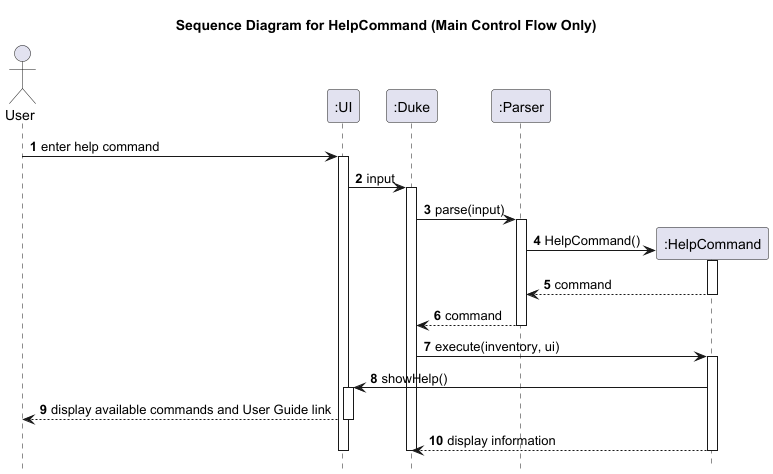
This is docs/diagrams/HelpCommandMainFlow-Sequence_Diagram_for_HelpCommand__Main_Control_Flow_Only_.png from yueyang1111/tp, a PlantUML export, as it was before one commit. Source of this version:
```plantuml
@startuml
title Sequence Diagram for HelpCommand (Main Control Flow Only)

autonumber
hide footbox

actor User
participant ":UI" as UI
participant ":Duke" as Duke
participant ":Parser" as Parser
participant ":HelpCommand" as HelpCommand

User -> UI: enter help command
activate UI
UI -> Duke: input
activate Duke
Duke -> Parser: parse(input)
activate Parser

create HelpCommand
Parser -> HelpCommand: HelpCommand()
activate HelpCommand
HelpCommand --> Parser: command
deactivate HelpCommand
Parser --> Duke: command
deactivate Parser

Duke -> HelpCommand: execute(inventory, ui)
activate HelpCommand
HelpCommand -> UI: showHelp()
activate UI
UI --> User: display available commands and User Guide link
deactivate UI

HelpCommand --> Duke: display information
deactivate HelpCommand
deactivate Duke
deactivate UI
@enduml
```
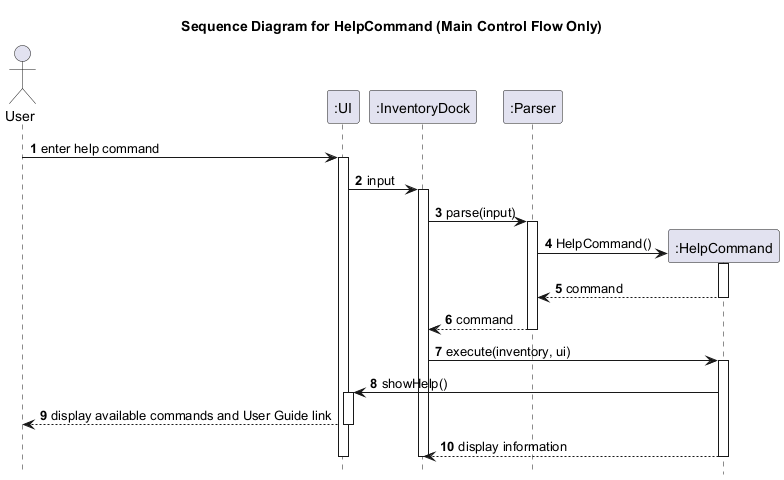
The same file after the commit.

Diff of the diagram source:
```diff
@@ -6,15 +6,15 @@
 
 actor User
 participant ":UI" as UI
-participant ":Duke" as Duke
+participant ":InventoryDock" as InventoryDock
 participant ":Parser" as Parser
 participant ":HelpCommand" as HelpCommand
 
 User -> UI: enter help command
 activate UI
-UI -> Duke: input
-activate Duke
-Duke -> Parser: parse(input)
+UI -> InventoryDock: input
+activate InventoryDock
+InventoryDock -> Parser: parse(input)
 activate Parser
 
 create HelpCommand
@@ -22,18 +22,18 @@
 activate HelpCommand
 HelpCommand --> Parser: command
 deactivate HelpCommand
-Parser --> Duke: command
+Parser --> InventoryDock: command
 deactivate Parser
 
-Duke -> HelpCommand: execute(inventory, ui)
+InventoryDock -> HelpCommand: execute(inventory, ui)
 activate HelpCommand
 HelpCommand -> UI: showHelp()
 activate UI
 UI --> User: display available commands and User Guide link
 deactivate UI
 
-HelpCommand --> Duke: display information
+HelpCommand --> InventoryDock: display information
 deactivate HelpCommand
-deactivate Duke
+deactivate InventoryDock
 deactivate UI
 @enduml
```
